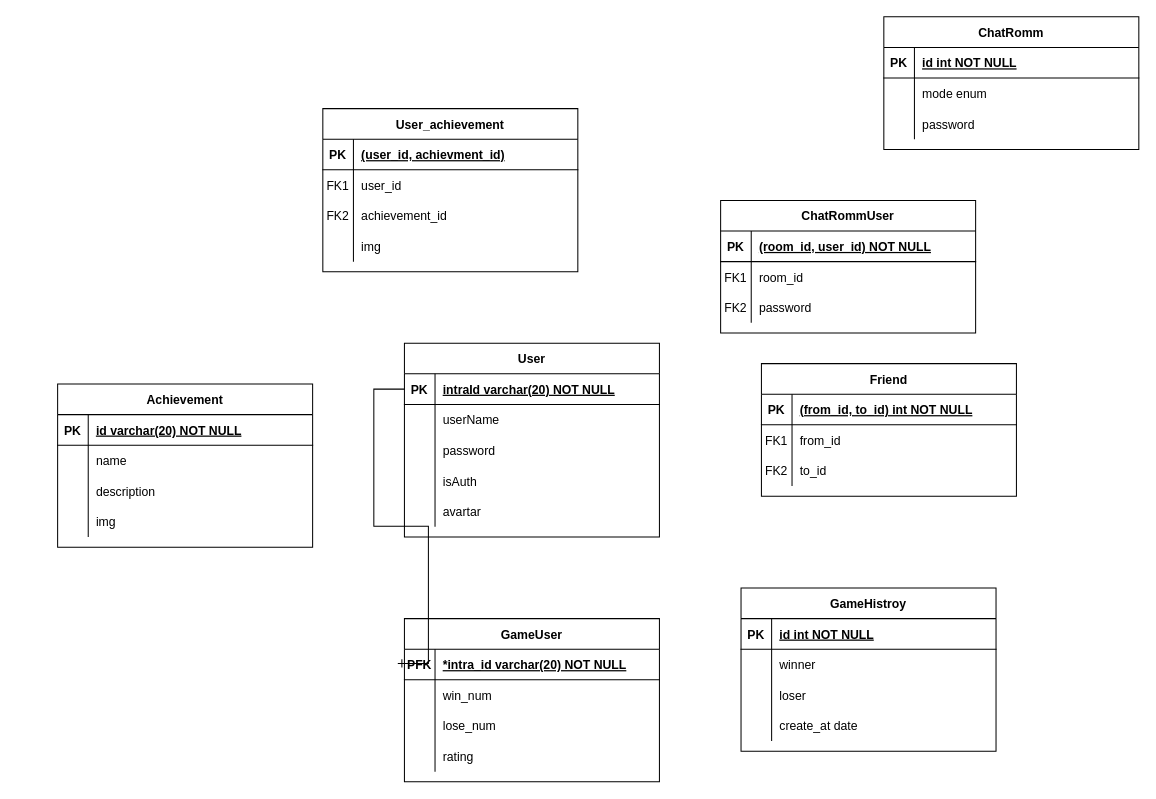
Before: Untitled Diagram.drawio in 42MVP/ft_transcendence, a draw.io diagram. Source tidied: cells renumbered, new cells numbered last; positions are measured from the earlier drawing's top-left corner, leaving out a move shared by most shapes. Both pictures are drawn from the tidied source at 102%, with x=0, y=0 at pixel (57, 16).
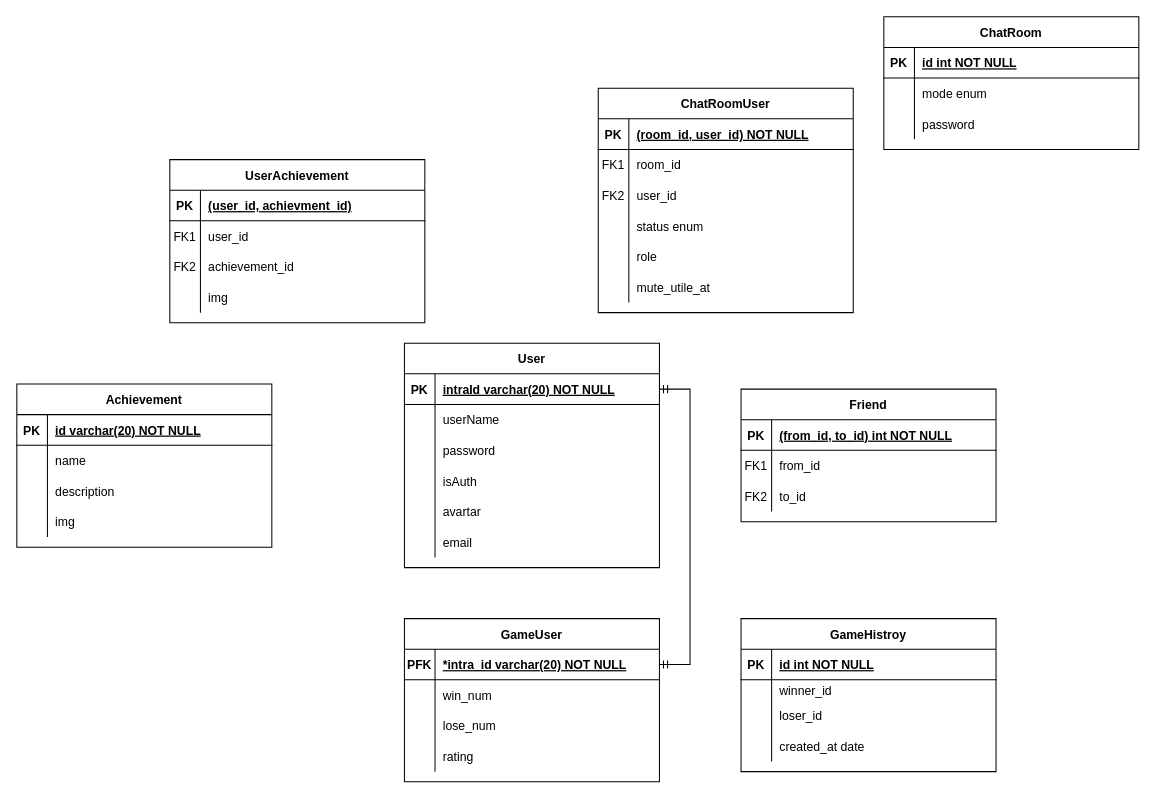
The same page after the edit.

The change refers to these unchanged cells:
```xml
<mxCell id="3" style="shape=partialRectangle;fillColor=none;points=[[0,0.5],[1,0.5]];portConstraint=eastwest;top=0;left=0;right=0;bottom=1;" parent="2" vertex="1">
  <mxGeometry y="30" width="250" height="30" as="geometry" />
</mxCell>
<mxCell id="29" style="shape=partialRectangle;fillColor=none;points=[[0,0.5],[1,0.5]];portConstraint=eastwest;top=0;left=0;right=0;bottom=1;" parent="28" vertex="1">
  <mxGeometry y="30" width="250" height="30" as="geometry" />
</mxCell>
<mxCell id="98" style="shape=partialRectangle;fillColor=none;top=0;left=0;right=0;bottom=0;" parent="91" vertex="1">
  <mxGeometry y="90" width="250" height="30" as="geometry" />
</mxCell>
```

The edit, as a diff of the source:
```diff
@@
     <mxCell id="2" value="User" style="shape=table;startSize=30;childLayout=tableLayout;rowLines=0;fontStyle=1;align=center;" parent="1" vertex="1">
-      <mxGeometry x="340" y="320" width="250" height="190" as="geometry" />
+      <mxGeometry x="340" y="320" width="250" height="220" as="geometry" />
     </mxCell>
@@
+    <mxCell id="101" style="shape=partialRectangle;fillColor=none;top=0;left=0;right=0;bottom=0;" parent="2" vertex="1">
+      <mxGeometry y="180" width="250" height="30" as="geometry" />
+    </mxCell>
+    <mxCell id="102" style="shape=partialRectangle;overflow=hidden;fillColor=none;top=0;left=0;bottom=0;right=0;" parent="101" vertex="1">
+      <mxGeometry width="30" height="30" as="geometry" />
+    </mxCell>
+    <mxCell id="103" value="email" style="shape=partialRectangle;overflow=hidden;fillColor=none;top=0;left=0;bottom=0;right=0;align=left;spacingLeft=6;" parent="101" vertex="1">
+      <mxGeometry x="30" width="220" height="30" as="geometry" />
+    </mxCell>
     <mxCell id="18" value="Friend" style="shape=table;startSize=30;childLayout=tableLayout;rowLines=0;fontStyle=1;align=center;" parent="1" vertex="1">
-      <mxGeometry x="690" y="340" width="250" height="130" as="geometry" />
+      <mxGeometry x="670" y="365" width="250" height="130" as="geometry" />
     </mxCell>
@@
     <mxCell id="41" value="GameHistroy" style="shape=table;startSize=30;childLayout=tableLayout;rowLines=0;fontStyle=1;align=center;" parent="1" vertex="1">
-      <mxGeometry x="670" y="560" width="250" height="160" as="geometry" />
+      <mxGeometry x="670" y="590" width="250" height="150" as="geometry" />
     </mxCell>
@@
     <mxCell id="45" style="shape=partialRectangle;fillColor=none;top=0;left=0;right=0;bottom=0;" parent="41" vertex="1">
-      <mxGeometry y="60" width="250" height="30" as="geometry" />
+      <mxGeometry y="60" width="250" height="20" as="geometry" />
     </mxCell>
     <mxCell id="46" style="shape=partialRectangle;overflow=hidden;fillColor=none;top=0;left=0;bottom=0;right=0;" parent="45" vertex="1">
-      <mxGeometry width="30" height="30" as="geometry" />
+      <mxGeometry width="30" height="20" as="geometry" />
     </mxCell>
-    <mxCell id="47" value="winner" style="shape=partialRectangle;overflow=hidden;fillColor=none;top=0;left=0;bottom=0;right=0;align=left;spacingLeft=6;" parent="45" vertex="1">
-      <mxGeometry x="30" width="220" height="30" as="geometry" />
+    <mxCell id="47" value="winner_id" style="shape=partialRectangle;overflow=hidden;fillColor=none;top=0;left=0;bottom=0;right=0;align=left;spacingLeft=6;" parent="45" vertex="1">
+      <mxGeometry x="30" width="220" height="20" as="geometry" />
     </mxCell>
     <mxCell id="48" style="shape=partialRectangle;fillColor=none;top=0;left=0;right=0;bottom=0;" parent="41" vertex="1">
-      <mxGeometry y="90" width="250" height="30" as="geometry" />
+      <mxGeometry y="80" width="250" height="30" as="geometry" />
     </mxCell>
@@
-    <mxCell id="50" value="loser" style="shape=partialRectangle;overflow=hidden;fillColor=none;top=0;left=0;bottom=0;right=0;align=left;spacingLeft=6;" parent="48" vertex="1">
+    <mxCell id="50" value="loser_id" style="shape=partialRectangle;overflow=hidden;fillColor=none;top=0;left=0;bottom=0;right=0;align=left;spacingLeft=6;" parent="48" vertex="1">
       <mxGeometry x="30" width="220" height="30" as="geometry" />
     </mxCell>
     <mxCell id="51" style="shape=partialRectangle;fillColor=none;top=0;left=0;right=0;bottom=0;" parent="41" vertex="1">
-      <mxGeometry y="120" width="250" height="30" as="geometry" />
+      <mxGeometry y="110" width="250" height="30" as="geometry" />
     </mxCell>
@@
-    <mxCell id="53" value="create_at date" style="shape=partialRectangle;overflow=hidden;fillColor=none;top=0;left=0;bottom=0;right=0;align=left;spacingLeft=6;" parent="51" vertex="1">
+    <mxCell id="53" value="created_at date" style="shape=partialRectangle;overflow=hidden;fillColor=none;top=0;left=0;bottom=0;right=0;align=left;spacingLeft=6;" parent="51" vertex="1">
       <mxGeometry x="30" width="220" height="30" as="geometry" />
     </mxCell>
-    <mxCell id="54" style="edgeStyle=entityRelationEdgeStyle;fontSize=12;html=1;endArrow=ERone;endFill=1;rounded=0;entryX=-0.026;entryY=0.463;entryDx=0;entryDy=0;entryPerimeter=0;exitX=0;exitY=0.5;exitDx=0;exitDy=0;" parent="1" edge="1" source="3" target="29">
-      <mxGeometry relative="1" as="geometry">
-        <Array as="points">
-          <mxPoint x="270" y="550" />
-          <mxPoint x="240" y="560" />
-        </Array>
-      </mxGeometry>
-    </mxCell>
-    <mxCell id="55" value="ChatRomm" style="shape=table;startSize=30;childLayout=tableLayout;rowLines=0;fontStyle=1;align=center;" parent="1" vertex="1">
+    <mxCell id="55" value="ChatRoom" style="shape=table;startSize=30;childLayout=tableLayout;rowLines=0;fontStyle=1;align=center;" parent="1" vertex="1">
       <mxGeometry x="810" width="250" height="130" as="geometry" />
     </mxCell>
@@
     <mxCell id="65" value="Achievement" style="shape=table;startSize=30;childLayout=tableLayout;rowLines=0;fontStyle=1;align=center;" parent="1" vertex="1">
-      <mxGeometry y="360" width="250" height="160" as="geometry" />
+      <mxGeometry x="-40" y="360" width="250" height="160" as="geometry" />
     </mxCell>
@@
-    <mxCell id="78" value="User_achievement" style="shape=table;startSize=30;childLayout=tableLayout;rowLines=0;fontStyle=1;align=center;" parent="1" vertex="1">
-      <mxGeometry x="260" y="90" width="250" height="160" as="geometry" />
+    <mxCell id="78" value="UserAchievement" style="shape=table;startSize=30;childLayout=tableLayout;rowLines=0;fontStyle=1;align=center;" parent="1" vertex="1">
+      <mxGeometry x="110" y="140" width="250" height="160" as="geometry" />
     </mxCell>
@@
-    <mxCell id="91" value="ChatRommUser" style="shape=table;startSize=30;childLayout=tableLayout;rowLines=0;fontStyle=1;align=center;" parent="1" vertex="1">
-      <mxGeometry x="650" y="180" width="250" height="130" as="geometry" />
+    <mxCell id="91" value="ChatRoomUser" style="shape=table;startSize=30;childLayout=tableLayout;rowLines=0;fontStyle=1;align=center;" parent="1" vertex="1">
+      <mxGeometry x="530" y="70" width="250" height="220" as="geometry" />
     </mxCell>
@@
-    <mxCell id="100" value="password" style="shape=partialRectangle;overflow=hidden;fillColor=none;top=0;left=0;bottom=0;right=0;align=left;spacingLeft=6;" parent="98" vertex="1">
+    <mxCell id="100" value="user_id" style="shape=partialRectangle;overflow=hidden;fillColor=none;top=0;left=0;bottom=0;right=0;align=left;spacingLeft=6;" parent="98" vertex="1">
       <mxGeometry x="30" width="220" height="30" as="geometry" />
     </mxCell>
+    <mxCell id="104" style="shape=partialRectangle;fillColor=none;top=0;left=0;right=0;bottom=0;" parent="91" vertex="1">
+      <mxGeometry y="120" width="250" height="30" as="geometry" />
+    </mxCell>
+    <mxCell id="105" style="shape=partialRectangle;overflow=hidden;fillColor=none;top=0;left=0;bottom=0;right=0;" parent="104" vertex="1">
+      <mxGeometry width="30" height="30" as="geometry" />
+    </mxCell>
+    <mxCell id="106" value="status enum" style="shape=partialRectangle;overflow=hidden;fillColor=none;top=0;left=0;bottom=0;right=0;align=left;spacingLeft=6;" parent="104" vertex="1">
+      <mxGeometry x="30" width="220" height="30" as="geometry" />
+    </mxCell>
+    <mxCell id="107" style="shape=partialRectangle;fillColor=none;top=0;left=0;right=0;bottom=0;" parent="91" vertex="1">
+      <mxGeometry y="150" width="250" height="30" as="geometry" />
+    </mxCell>
+    <mxCell id="108" style="shape=partialRectangle;overflow=hidden;fillColor=none;top=0;left=0;bottom=0;right=0;" parent="107" vertex="1">
+      <mxGeometry width="30" height="30" as="geometry" />
+    </mxCell>
+    <mxCell id="109" value="role" style="shape=partialRectangle;overflow=hidden;fillColor=none;top=0;left=0;bottom=0;right=0;align=left;spacingLeft=6;" parent="107" vertex="1">
+      <mxGeometry x="30" width="220" height="30" as="geometry" />
+    </mxCell>
+    <mxCell id="110" style="shape=partialRectangle;fillColor=none;top=0;left=0;right=0;bottom=0;" parent="91" vertex="1">
+      <mxGeometry y="180" width="250" height="30" as="geometry" />
+    </mxCell>
+    <mxCell id="111" style="shape=partialRectangle;overflow=hidden;fillColor=none;top=0;left=0;bottom=0;right=0;" parent="110" vertex="1">
+      <mxGeometry width="30" height="30" as="geometry" />
+    </mxCell>
+    <mxCell id="112" value="mute_utile_at" style="shape=partialRectangle;overflow=hidden;fillColor=none;top=0;left=0;bottom=0;right=0;align=left;spacingLeft=6;" parent="110" vertex="1">
+      <mxGeometry x="30" width="220" height="30" as="geometry" />
+    </mxCell>
+    <mxCell id="113" style="edgeStyle=entityRelationEdgeStyle;fontSize=12;html=1;endArrow=ERmandOne;startArrow=ERmandOne;rounded=0;" parent="1" edge="1" source="29" target="3">
+      <mxGeometry relative="1" as="geometry">
+        <Array as="points">
+          <mxPoint x="308" y="490" />
+          <mxPoint x="368" y="500" />
+        </Array>
+      </mxGeometry>
+    </mxCell>
```
